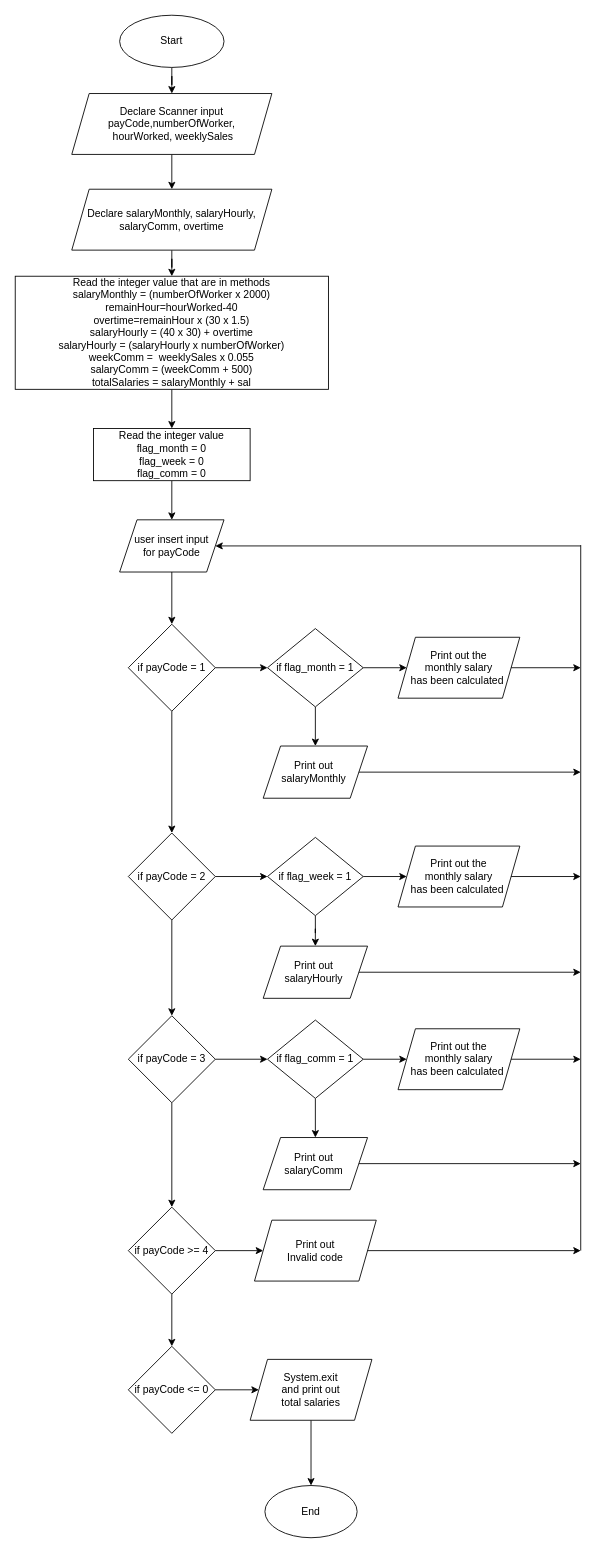
The draw.io diagram Untitled Diagram.drawio in ambertan5298/zhamri.github.io, before the edit. Source tidied: cells renumbered, new cells numbered last; positions are measured from the earlier drawing's top-left corner, leaving out a move shared by most shapes. Both pictures are drawn from the tidied source at 87%, with x=0, y=0 at pixel (15, 15).
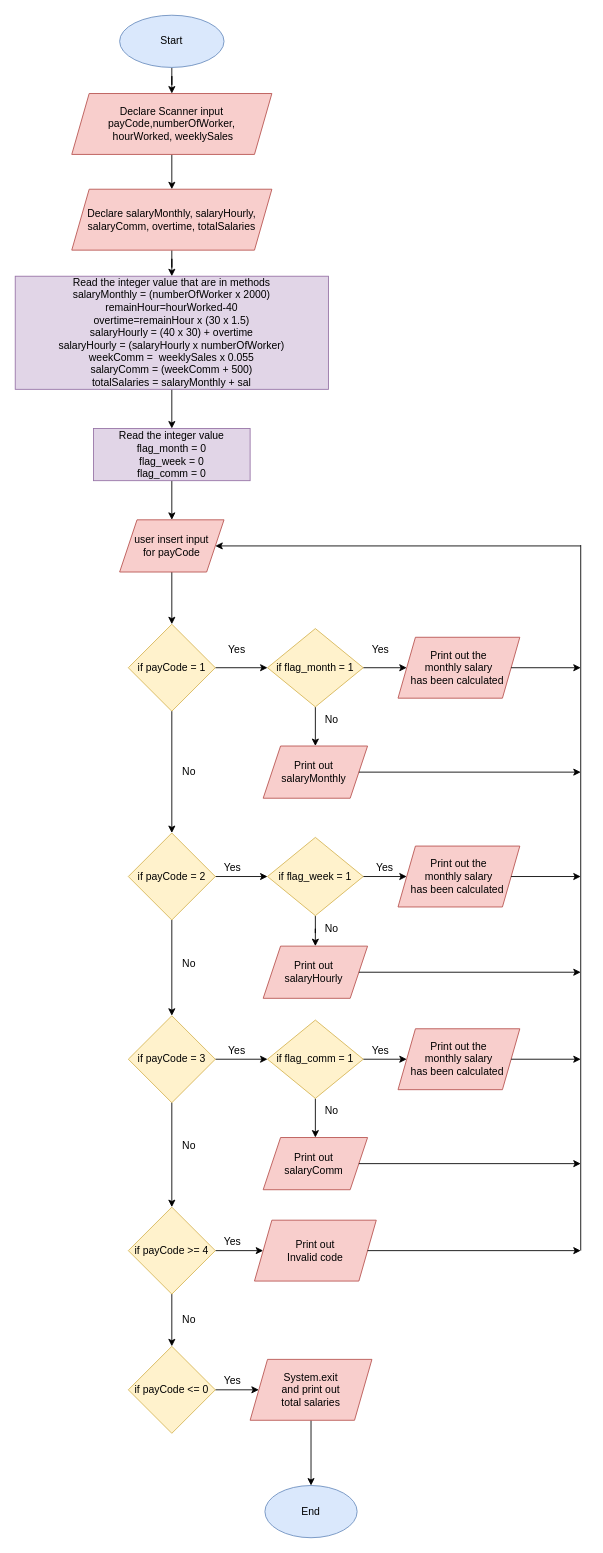
After the change.

Change to the diagram source:
```diff
@@
-    <mxCell id="3" value="Start" style="ellipse;whiteSpace=wrap;html=1;" parent="1" vertex="1">
+    <mxCell id="3" value="Start" style="ellipse;whiteSpace=wrap;html=1;fillColor=#dae8fc;strokeColor=#6c8ebf;" parent="1" vertex="1">
       <mxGeometry x="120" width="120" height="60" as="geometry" />
     </mxCell>
@@
-    <mxCell id="5" value="Declare Scanner input payCode,numberOfWorker,&lt;br&gt;&amp;nbsp;hourWorked, weeklySales" style="shape=parallelogram;perimeter=parallelogramPerimeter;whiteSpace=wrap;html=1;fixedSize=1;" parent="1" vertex="1">
+    <mxCell id="5" value="Declare Scanner input payCode,numberOfWorker,&lt;br&gt;&amp;nbsp;hourWorked, weeklySales" style="shape=parallelogram;perimeter=parallelogramPerimeter;whiteSpace=wrap;html=1;fixedSize=1;fillColor=#f8cecc;strokeColor=#b85450;" parent="1" vertex="1">
       <mxGeometry x="65" y="90" width="230" height="70" as="geometry" />
     </mxCell>
@@
-    <mxCell id="7" value="Declare salaryMonthly, salaryHourly, salaryComm, overtime" style="shape=parallelogram;perimeter=parallelogramPerimeter;whiteSpace=wrap;html=1;fixedSize=1;" parent="1" vertex="1">
+    <mxCell id="7" value="Declare salaryMonthly, salaryHourly, salaryComm, overtime, totalSalaries" style="shape=parallelogram;perimeter=parallelogramPerimeter;whiteSpace=wrap;html=1;fixedSize=1;fillColor=#f8cecc;strokeColor=#b85450;" parent="1" vertex="1">
       <mxGeometry x="65" y="200" width="230" height="70" as="geometry" />
     </mxCell>
@@
-    <mxCell id="9" value="Read the integer value that are in methods&lt;br&gt;salaryMonthly = (numberOfWorker x 2000)&lt;br&gt;remainHour=hourWorked-40&lt;br&gt;overtime=remainHour x (30 x 1.5)&lt;br&gt;salaryHourly = (40 x 30) + overtime&lt;br&gt;salaryHourly = (salaryHourly x numberOfWorker)&lt;br&gt;weekComm =&amp;nbsp; weeklySales x 0.055&lt;br&gt;salaryComm = (weekComm + 500)&lt;br&gt;totalSalaries = salaryMonthly + sal" style="rounded=0;whiteSpace=wrap;html=1;" parent="1" vertex="1">
+    <mxCell id="9" value="Read the integer value that are in methods&lt;br&gt;salaryMonthly = (numberOfWorker x 2000)&lt;br&gt;remainHour=hourWorked-40&lt;br&gt;overtime=remainHour x (30 x 1.5)&lt;br&gt;salaryHourly = (40 x 30) + overtime&lt;br&gt;salaryHourly = (salaryHourly x numberOfWorker)&lt;br&gt;weekComm =&amp;nbsp; weeklySales x 0.055&lt;br&gt;salaryComm = (weekComm + 500)&lt;br&gt;totalSalaries = salaryMonthly + sal" style="rounded=0;whiteSpace=wrap;html=1;fillColor=#e1d5e7;strokeColor=#9673a6;" parent="1" vertex="1">
       <mxGeometry y="300" width="360" height="130" as="geometry" />
     </mxCell>
@@
-    <mxCell id="11" value="Read the integer value&lt;br&gt;flag_month = 0&lt;br&gt;flag_week = 0&lt;br&gt;flag_comm = 0" style="rounded=0;whiteSpace=wrap;html=1;" parent="1" vertex="1">
+    <mxCell id="11" value="Read the integer value&lt;br&gt;flag_month = 0&lt;br&gt;flag_week = 0&lt;br&gt;flag_comm = 0" style="rounded=0;whiteSpace=wrap;html=1;fillColor=#e1d5e7;strokeColor=#9673a6;" parent="1" vertex="1">
       <mxGeometry x="90" y="475" width="180" height="60" as="geometry" />
     </mxCell>
@@
-    <mxCell id="13" value="if payCode = 1" style="rhombus;whiteSpace=wrap;html=1;" parent="1" vertex="1">
+    <mxCell id="13" value="if payCode = 1" style="rhombus;whiteSpace=wrap;html=1;fillColor=#fff2cc;strokeColor=#d6b656;" parent="1" vertex="1">
       <mxGeometry x="130" y="700" width="100" height="100" as="geometry" />
     </mxCell>
@@
-    <mxCell id="16" value="if flag_month = 1" style="rhombus;whiteSpace=wrap;html=1;" parent="1" vertex="1">
+    <mxCell id="16" value="if flag_month = 1" style="rhombus;whiteSpace=wrap;html=1;fillColor=#fff2cc;strokeColor=#d6b656;" parent="1" vertex="1">
       <mxGeometry x="290" y="705" width="110" height="90" as="geometry" />
     </mxCell>
-    <mxCell id="17" value="Print out the &lt;br&gt;monthly salary &lt;br&gt;has been calculated&amp;nbsp;" style="shape=parallelogram;perimeter=parallelogramPerimeter;whiteSpace=wrap;html=1;fixedSize=1;" parent="1" vertex="1">
+    <mxCell id="17" value="Print out the &lt;br&gt;monthly salary &lt;br&gt;has been calculated&amp;nbsp;" style="shape=parallelogram;perimeter=parallelogramPerimeter;whiteSpace=wrap;html=1;fixedSize=1;fillColor=#f8cecc;strokeColor=#b85450;" parent="1" vertex="1">
       <mxGeometry x="440" y="715" width="140" height="70" as="geometry" />
     </mxCell>
@@
-    <mxCell id="19" value="if payCode = 2" style="rhombus;whiteSpace=wrap;html=1;" parent="1" vertex="1">
+    <mxCell id="19" value="if payCode = 2" style="rhombus;whiteSpace=wrap;html=1;fillColor=#fff2cc;strokeColor=#d6b656;" parent="1" vertex="1">
       <mxGeometry x="130" y="940" width="100" height="100" as="geometry" />
     </mxCell>
@@
-    <mxCell id="21" value="if payCode = 3" style="rhombus;whiteSpace=wrap;html=1;" parent="1" vertex="1">
+    <mxCell id="21" value="if payCode = 3" style="rhombus;whiteSpace=wrap;html=1;fillColor=#fff2cc;strokeColor=#d6b656;" parent="1" vertex="1">
       <mxGeometry x="130" y="1150" width="100" height="100" as="geometry" />
     </mxCell>
@@
-    <mxCell id="23" value="if payCode &amp;gt;= 4" style="rhombus;whiteSpace=wrap;html=1;" parent="1" vertex="1">
+    <mxCell id="23" value="if payCode &amp;gt;= 4" style="rhombus;whiteSpace=wrap;html=1;fillColor=#fff2cc;strokeColor=#d6b656;" parent="1" vertex="1">
       <mxGeometry x="130" y="1370" width="100" height="100" as="geometry" />
     </mxCell>
@@
-    <mxCell id="25" value="if payCode &amp;lt;= 0" style="rhombus;whiteSpace=wrap;html=1;" parent="1" vertex="1">
+    <mxCell id="25" value="if payCode &amp;lt;= 0" style="rhombus;whiteSpace=wrap;html=1;fillColor=#fff2cc;strokeColor=#d6b656;" parent="1" vertex="1">
       <mxGeometry x="130" y="1530" width="100" height="100" as="geometry" />
     </mxCell>
@@
-    <mxCell id="28" value="if flag_week = 1" style="rhombus;whiteSpace=wrap;html=1;" parent="1" vertex="1">
+    <mxCell id="28" value="if flag_week = 1" style="rhombus;whiteSpace=wrap;html=1;fillColor=#fff2cc;strokeColor=#d6b656;" parent="1" vertex="1">
       <mxGeometry x="290" y="945" width="110" height="90" as="geometry" />
     </mxCell>
@@
-    <mxCell id="31" value="if flag_comm = 1" style="rhombus;whiteSpace=wrap;html=1;" parent="1" vertex="1">
+    <mxCell id="31" value="if flag_comm = 1" style="rhombus;whiteSpace=wrap;html=1;fillColor=#fff2cc;strokeColor=#d6b656;" parent="1" vertex="1">
       <mxGeometry x="290" y="1155" width="110" height="90" as="geometry" />
     </mxCell>
-    <mxCell id="32" value="Print out the &lt;br&gt;monthly salary &lt;br&gt;has been calculated&amp;nbsp;" style="shape=parallelogram;perimeter=parallelogramPerimeter;whiteSpace=wrap;html=1;fixedSize=1;" parent="1" vertex="1">
+    <mxCell id="32" value="Print out the &lt;br&gt;monthly salary &lt;br&gt;has been calculated&amp;nbsp;" style="shape=parallelogram;perimeter=parallelogramPerimeter;whiteSpace=wrap;html=1;fixedSize=1;fillColor=#f8cecc;strokeColor=#b85450;" parent="1" vertex="1">
       <mxGeometry x="440" y="955" width="140" height="70" as="geometry" />
     </mxCell>
-    <mxCell id="33" value="Print out the &lt;br&gt;monthly salary &lt;br&gt;has been calculated&amp;nbsp;" style="shape=parallelogram;perimeter=parallelogramPerimeter;whiteSpace=wrap;html=1;fixedSize=1;" parent="1" vertex="1">
+    <mxCell id="33" value="Print out the &lt;br&gt;monthly salary &lt;br&gt;has been calculated&amp;nbsp;" style="shape=parallelogram;perimeter=parallelogramPerimeter;whiteSpace=wrap;html=1;fixedSize=1;fillColor=#f8cecc;strokeColor=#b85450;" parent="1" vertex="1">
       <mxGeometry x="440" y="1165" width="140" height="70" as="geometry" />
     </mxCell>
-    <mxCell id="34" value="Print out &lt;br&gt;Invalid code" style="shape=parallelogram;perimeter=parallelogramPerimeter;whiteSpace=wrap;html=1;fixedSize=1;" parent="1" vertex="1">
+    <mxCell id="34" value="Print out &lt;br&gt;Invalid code" style="shape=parallelogram;perimeter=parallelogramPerimeter;whiteSpace=wrap;html=1;fixedSize=1;fillColor=#f8cecc;strokeColor=#b85450;" parent="1" vertex="1">
       <mxGeometry x="275" y="1385" width="140" height="70" as="geometry" />
     </mxCell>
@@
-    <mxCell id="36" value="System.exit &lt;br&gt;and print out &lt;br&gt;total salaries" style="shape=parallelogram;perimeter=parallelogramPerimeter;whiteSpace=wrap;html=1;fixedSize=1;" parent="1" vertex="1">
+    <mxCell id="36" value="System.exit &lt;br&gt;and print out &lt;br&gt;total salaries" style="shape=parallelogram;perimeter=parallelogramPerimeter;whiteSpace=wrap;html=1;fixedSize=1;fillColor=#f8cecc;strokeColor=#b85450;" parent="1" vertex="1">
       <mxGeometry x="270" y="1545" width="140" height="70" as="geometry" />
     </mxCell>
-    <mxCell id="37" value="Print out&amp;nbsp;&lt;br&gt;salaryMonthly&amp;nbsp;" style="shape=parallelogram;perimeter=parallelogramPerimeter;whiteSpace=wrap;html=1;fixedSize=1;" parent="1" vertex="1">
+    <mxCell id="37" value="Print out&amp;nbsp;&lt;br&gt;salaryMonthly&amp;nbsp;" style="shape=parallelogram;perimeter=parallelogramPerimeter;whiteSpace=wrap;html=1;fixedSize=1;fillColor=#f8cecc;strokeColor=#b85450;" parent="1" vertex="1">
       <mxGeometry x="285" y="840" width="120" height="60" as="geometry" />
     </mxCell>
-    <mxCell id="38" value="Print out&amp;nbsp;&lt;br&gt;salaryHourly&amp;nbsp;" style="shape=parallelogram;perimeter=parallelogramPerimeter;whiteSpace=wrap;html=1;fixedSize=1;" parent="1" vertex="1">
+    <mxCell id="38" value="Print out&amp;nbsp;&lt;br&gt;salaryHourly&amp;nbsp;" style="shape=parallelogram;perimeter=parallelogramPerimeter;whiteSpace=wrap;html=1;fixedSize=1;fillColor=#f8cecc;strokeColor=#b85450;" parent="1" vertex="1">
       <mxGeometry x="285" y="1070" width="120" height="60" as="geometry" />
     </mxCell>
-    <mxCell id="39" value="Print out&amp;nbsp;&lt;br&gt;salaryComm&amp;nbsp;" style="shape=parallelogram;perimeter=parallelogramPerimeter;whiteSpace=wrap;html=1;fixedSize=1;" parent="1" vertex="1">
+    <mxCell id="39" value="Print out&amp;nbsp;&lt;br&gt;salaryComm&amp;nbsp;" style="shape=parallelogram;perimeter=parallelogramPerimeter;whiteSpace=wrap;html=1;fixedSize=1;fillColor=#f8cecc;strokeColor=#b85450;" parent="1" vertex="1">
       <mxGeometry x="285" y="1290" width="120" height="60" as="geometry" />
     </mxCell>
@@
-    <mxCell id="41" value="user insert input &lt;br&gt;for payCode" style="shape=parallelogram;perimeter=parallelogramPerimeter;whiteSpace=wrap;html=1;fixedSize=1;" parent="1" vertex="1">
+    <mxCell id="41" value="user insert input &lt;br&gt;for payCode" style="shape=parallelogram;perimeter=parallelogramPerimeter;whiteSpace=wrap;html=1;fixedSize=1;fillColor=#f8cecc;strokeColor=#b85450;" parent="1" vertex="1">
       <mxGeometry x="120" y="580" width="120" height="60" as="geometry" />
     </mxCell>
@@
-    <mxCell id="55" value="End" style="ellipse;whiteSpace=wrap;html=1;" parent="1" vertex="1">
+    <mxCell id="55" value="End" style="ellipse;whiteSpace=wrap;html=1;fillColor=#dae8fc;strokeColor=#6c8ebf;" parent="1" vertex="1">
       <mxGeometry x="287" y="1690" width="106" height="60" as="geometry" />
     </mxCell>
+    <mxCell id="56" value="Yes" style="text;html=1;strokeColor=none;fillColor=none;align=center;verticalAlign=middle;whiteSpace=wrap;rounded=0;" parent="1" vertex="1">
+      <mxGeometry x="400" y="720" width="40" height="20" as="geometry" />
+    </mxCell>
+    <mxCell id="57" value="No" style="text;html=1;strokeColor=none;fillColor=none;align=center;verticalAlign=middle;whiteSpace=wrap;rounded=0;" parent="1" vertex="1">
+      <mxGeometry x="344" y="800" width="40" height="20" as="geometry" />
+    </mxCell>
+    <mxCell id="58" value="Yes" style="text;html=1;strokeColor=none;fillColor=none;align=center;verticalAlign=middle;whiteSpace=wrap;rounded=0;" parent="1" vertex="1">
+      <mxGeometry x="235" y="720" width="40" height="20" as="geometry" />
+    </mxCell>
+    <mxCell id="59" value="No" style="text;html=1;strokeColor=none;fillColor=none;align=center;verticalAlign=middle;whiteSpace=wrap;rounded=0;" parent="1" vertex="1">
+      <mxGeometry x="180" y="860" width="40" height="20" as="geometry" />
+    </mxCell>
+    <mxCell id="60" value="No" style="text;html=1;strokeColor=none;fillColor=none;align=center;verticalAlign=middle;whiteSpace=wrap;rounded=0;" parent="1" vertex="1">
+      <mxGeometry x="180" y="1080" width="40" height="20" as="geometry" />
+    </mxCell>
+    <mxCell id="61" value="No" style="text;html=1;strokeColor=none;fillColor=none;align=center;verticalAlign=middle;whiteSpace=wrap;rounded=0;" parent="1" vertex="1">
+      <mxGeometry x="180" y="1290" width="40" height="20" as="geometry" />
+    </mxCell>
+    <mxCell id="62" value="No" style="text;html=1;strokeColor=none;fillColor=none;align=center;verticalAlign=middle;whiteSpace=wrap;rounded=0;" parent="1" vertex="1">
+      <mxGeometry x="180" y="1490" width="40" height="20" as="geometry" />
+    </mxCell>
+    <mxCell id="63" value="Yes" style="text;html=1;strokeColor=none;fillColor=none;align=center;verticalAlign=middle;whiteSpace=wrap;rounded=0;" parent="1" vertex="1">
+      <mxGeometry x="405" y="970" width="40" height="20" as="geometry" />
+    </mxCell>
+    <mxCell id="64" value="No" style="text;html=1;strokeColor=none;fillColor=none;align=center;verticalAlign=middle;whiteSpace=wrap;rounded=0;" parent="1" vertex="1">
+      <mxGeometry x="344" y="1040" width="40" height="20" as="geometry" />
+    </mxCell>
+    <mxCell id="65" value="Yes" style="text;html=1;strokeColor=none;fillColor=none;align=center;verticalAlign=middle;whiteSpace=wrap;rounded=0;" parent="1" vertex="1">
+      <mxGeometry x="230" y="970" width="40" height="20" as="geometry" />
+    </mxCell>
+    <mxCell id="66" value="Yes" style="text;html=1;strokeColor=none;fillColor=none;align=center;verticalAlign=middle;whiteSpace=wrap;rounded=0;" parent="1" vertex="1">
+      <mxGeometry x="400" y="1180" width="40" height="20" as="geometry" />
+    </mxCell>
+    <mxCell id="67" value="Yes" style="text;html=1;strokeColor=none;fillColor=none;align=center;verticalAlign=middle;whiteSpace=wrap;rounded=0;" parent="1" vertex="1">
+      <mxGeometry x="235" y="1180" width="40" height="20" as="geometry" />
+    </mxCell>
+    <mxCell id="68" value="Yes" style="text;html=1;strokeColor=none;fillColor=none;align=center;verticalAlign=middle;whiteSpace=wrap;rounded=0;" parent="1" vertex="1">
+      <mxGeometry x="230" y="1400" width="40" height="20" as="geometry" />
+    </mxCell>
+    <mxCell id="69" value="No" style="text;html=1;strokeColor=none;fillColor=none;align=center;verticalAlign=middle;whiteSpace=wrap;rounded=0;" parent="1" vertex="1">
+      <mxGeometry x="344" y="1250" width="40" height="20" as="geometry" />
+    </mxCell>
+    <mxCell id="70" value="Yes" style="text;html=1;strokeColor=none;fillColor=none;align=center;verticalAlign=middle;whiteSpace=wrap;rounded=0;" parent="1" vertex="1">
+      <mxGeometry x="230" y="1560" width="40" height="20" as="geometry" />
+    </mxCell>
```
